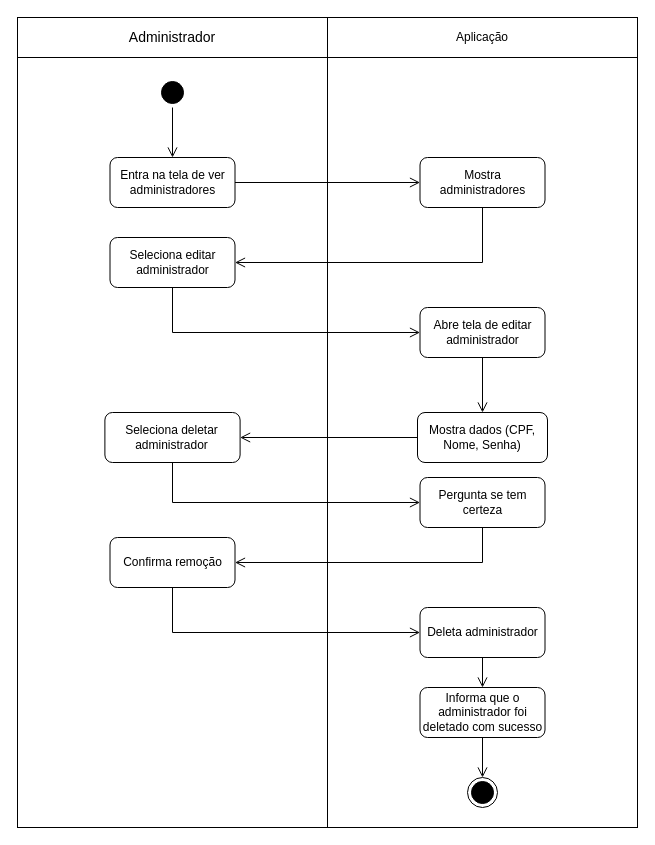
GabrielGMori/trabalho-conclus-o-ano keeps this draw.io diagram as Diagramas/Eng_de_Software/Modelos/Atividade/Delete_Administrador.drawio. Above is the earlier version. Source tidied: cells renumbered, new cells numbered last; positions are measured from the earlier drawing's top-left corner, leaving out a move shared by most shapes. Both pictures are drawn from the tidied source at 100%, with x=0, y=0 at pixel (17, 17).
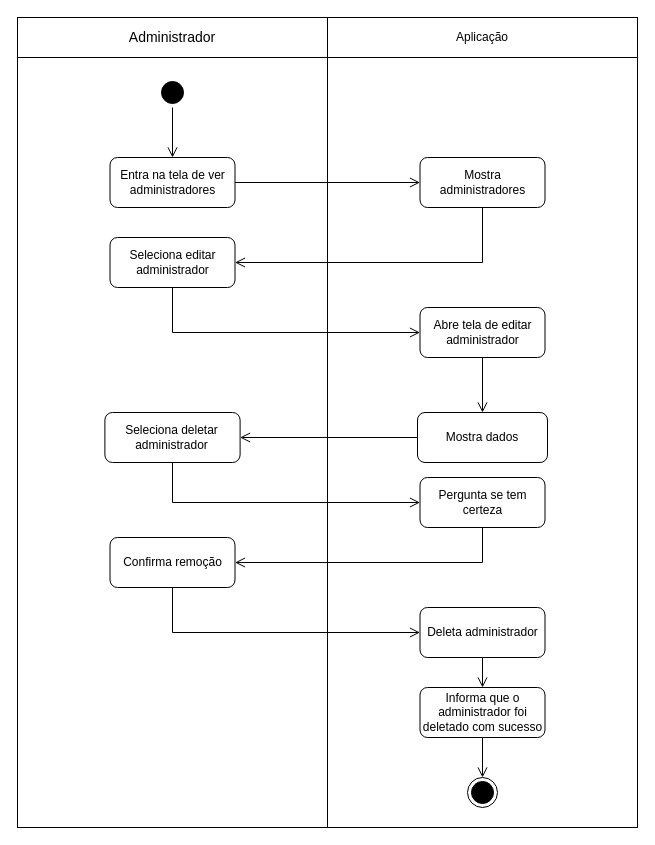
After the change.

Diff of the diagram source:
```diff
@@
-    <mxCell id="9" value="Mostra dados (CPF, Nome, Senha)" style="rounded=1;whiteSpace=wrap;html=1;" parent="1" vertex="1">
+    <mxCell id="9" value="Mostra dados" style="rounded=1;whiteSpace=wrap;html=1;" parent="1" vertex="1">
       <mxGeometry x="400" y="395" width="130" height="50" as="geometry" />
     </mxCell>
```
